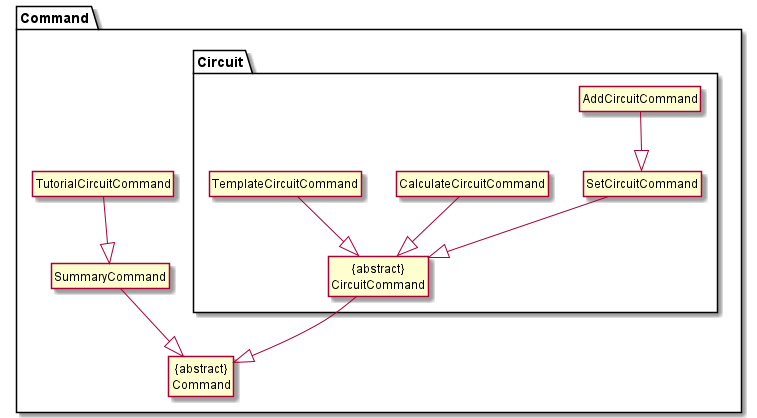
This is docs/diagrams/CircuitCommandClassDiagram.png from sevenseasofbri/tp, a PlantUML export, as it was before one commit.
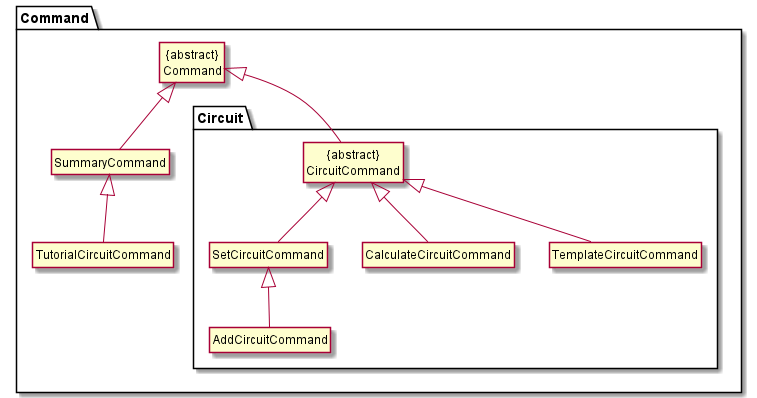
After the change.

Change to the diagram source:
```diff
@@ -17,12 +17,12 @@
 Class "TemplateCircuitCommand" as Template
 }
 
-Help --|> Summary
-Template --|> Circuit
-Set --|> Circuit
-Calc --|> Circuit
-Add --|> Set
-Summary --|> Comd
-Circuit --|> Comd
+Help -u-|> Summary
+Template -u-|> Circuit
+Set -u-|> Circuit
+Calc -u-|> Circuit
+Add -u-|> Set
+Summary -u-|> Comd
+Circuit -u-|> Comd
 
 @enduml
```
